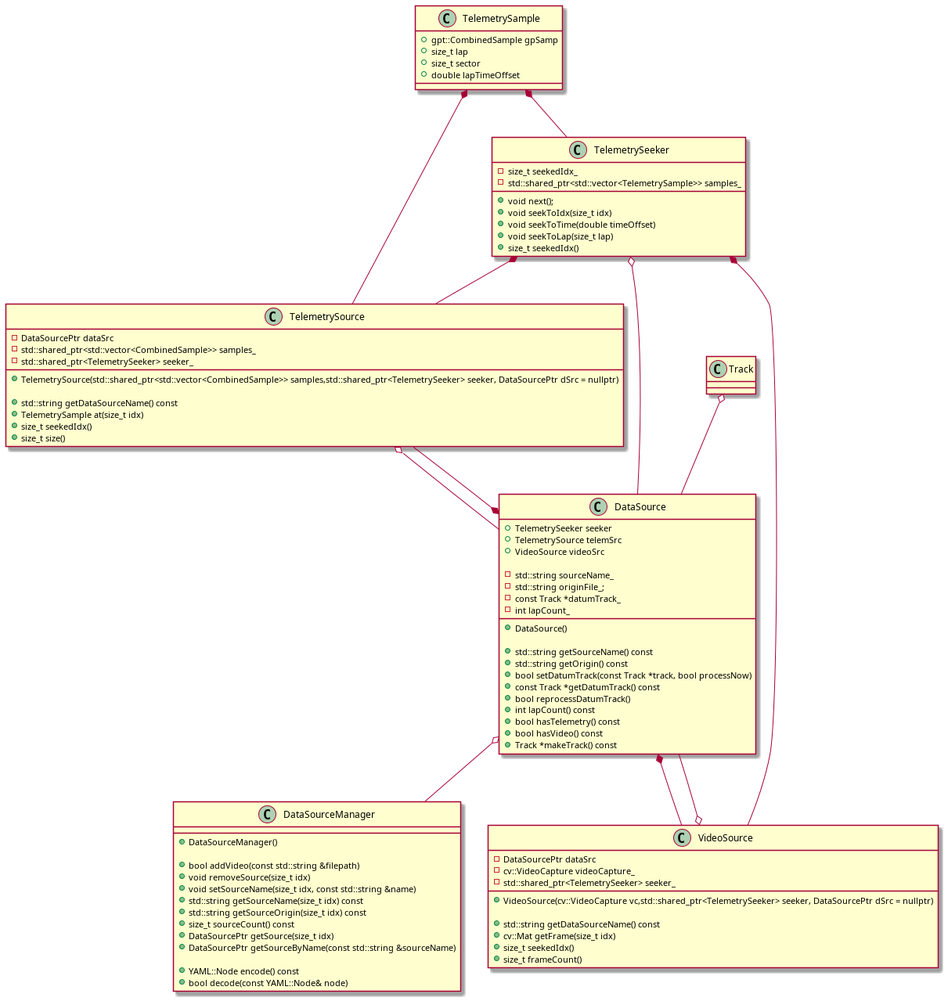
Above: docs/plantuml_imgs/dataSourceClasses.png in hankedan000/gopro-overlay (PlantUML), before the change.
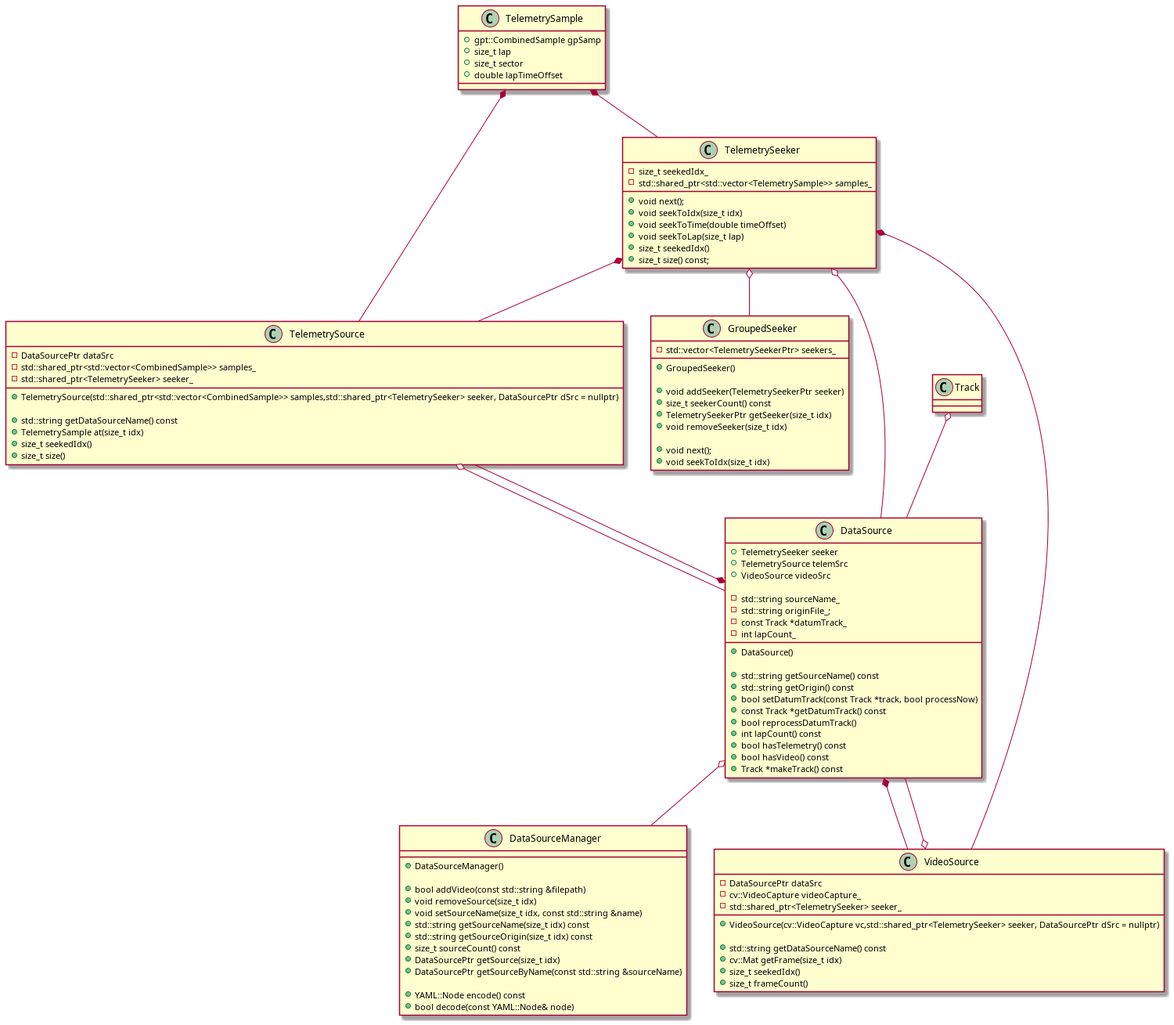
The same file after the commit.

What changed in the source:
```diff
@@ -13,9 +13,24 @@
 	+void seekToTime(double timeOffset)
 	+void seekToLap(size_t lap)
 	+size_t seekedIdx()
+	+size_t size() const;
 
 	-size_t seekedIdx_
 	-std::shared_ptr<std::vector<TelemetrySample>> samples_
+}
+
+class GroupedSeeker {
+	+GroupedSeeker()
+
+	+void addSeeker(TelemetrySeekerPtr seeker)
+	+size_t seekerCount() const
+	+TelemetrySeekerPtr getSeeker(size_t idx)
+	+void removeSeeker(size_t idx)
+
+	+void next();
+	+void seekToIdx(size_t idx)
+
+	-std::vector<TelemetrySeekerPtr> seekers_
 }
 
 class TelemetrySource {
@@ -97,4 +112,6 @@
 
 DataSource o-- DataSourceManager
 
+TelemetrySeeker o-- GroupedSeeker
+
 @enduml
```
